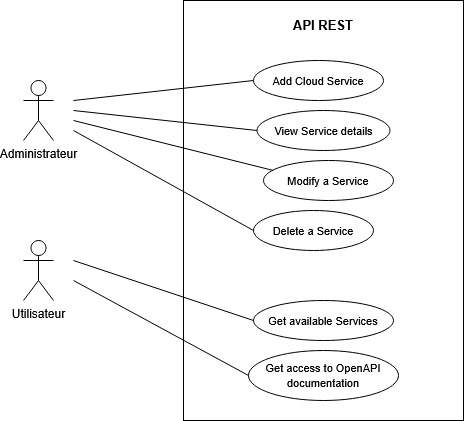
This is UML_Diagrams/UseCase.drawio.png from hafsaa22/API_REST_Serverless, a draw.io export, as it was before one commit. Source tidied: cells renumbered, new cells last; positions are measured from the earlier drawing's top-left corner, leaving out a move shared by most shapes.
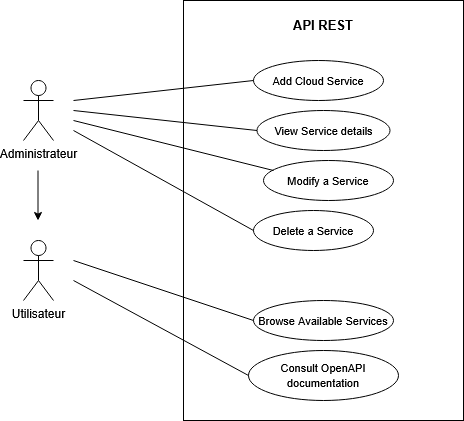
After the change.

What changed in the source:
```diff
@@ -17,7 +17,7 @@
     <mxCell id="6" value="&lt;font style=&quot;font-size: 11px;&quot;&gt;Add Cloud Service&lt;/font&gt;" style="ellipse;whiteSpace=wrap;html=1;" parent="1" vertex="1">
       <mxGeometry x="230" y="60" width="130" height="40" as="geometry" />
     </mxCell>
-    <mxCell id="7" value="&lt;font style=&quot;font-size: 11px;&quot;&gt;Get available Services&lt;/font&gt;" style="ellipse;whiteSpace=wrap;html=1;" parent="1" vertex="1">
+    <mxCell id="7" value="&lt;font style=&quot;font-size: 11px;&quot;&gt;Browse Available Services&lt;/font&gt;" style="ellipse;whiteSpace=wrap;html=1;" parent="1" vertex="1">
       <mxGeometry x="230" y="300" width="140" height="40" as="geometry" />
     </mxCell>
     <mxCell id="8" style="endArrow=none;html=1;rounded=0;entryX=0;entryY=0.5;entryDx=0;entryDy=0;" parent="1" edge="1" target="6">
@@ -55,7 +55,7 @@
         <mxPoint x="50" y="130" as="sourcePoint" />
       </mxGeometry>
     </mxCell>
-    <mxCell id="16" value="&lt;font style=&quot;font-size: 11px;&quot;&gt;Get access to OpenAPI documentation&lt;/font&gt;" style="ellipse;whiteSpace=wrap;html=1;" parent="1" vertex="1">
+    <mxCell id="16" value="&lt;font style=&quot;font-size: 11px;&quot;&gt;Consult OpenAPI documentation&lt;/font&gt;" style="ellipse;whiteSpace=wrap;html=1;" parent="1" vertex="1">
       <mxGeometry x="225" y="350" width="150" height="50" as="geometry" />
     </mxCell>
     <mxCell id="17" style="endArrow=none;html=1;rounded=0;entryX=0;entryY=0.5;entryDx=0;entryDy=0;" parent="1" edge="1" target="16">
@@ -63,5 +63,11 @@
         <mxPoint x="50" y="280" as="sourcePoint" />
       </mxGeometry>
     </mxCell>
+    <mxCell id="18" style="endArrow=classic;html=1;rounded=0;" parent="1" edge="1">
+      <mxGeometry relative="1" as="geometry">
+        <mxPoint x="14.5" y="170" as="sourcePoint" />
+        <mxPoint x="14.5" y="220" as="targetPoint" />
+      </mxGeometry>
+    </mxCell>
   </root>
 </mxGraphModel>
```
